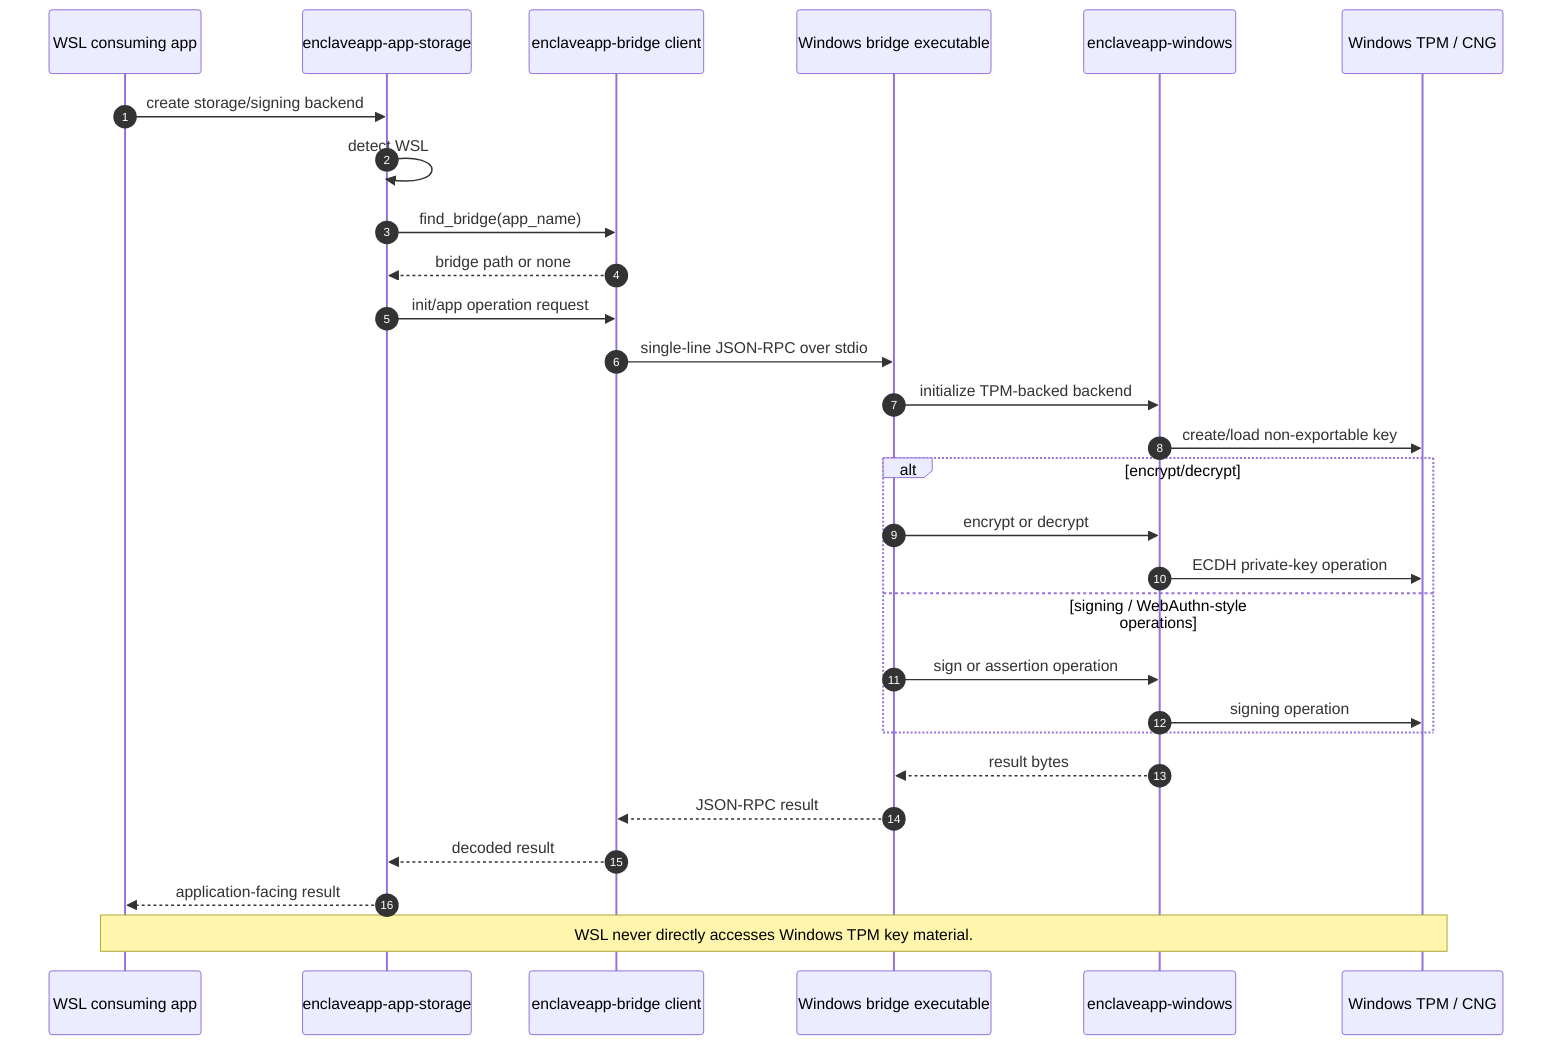
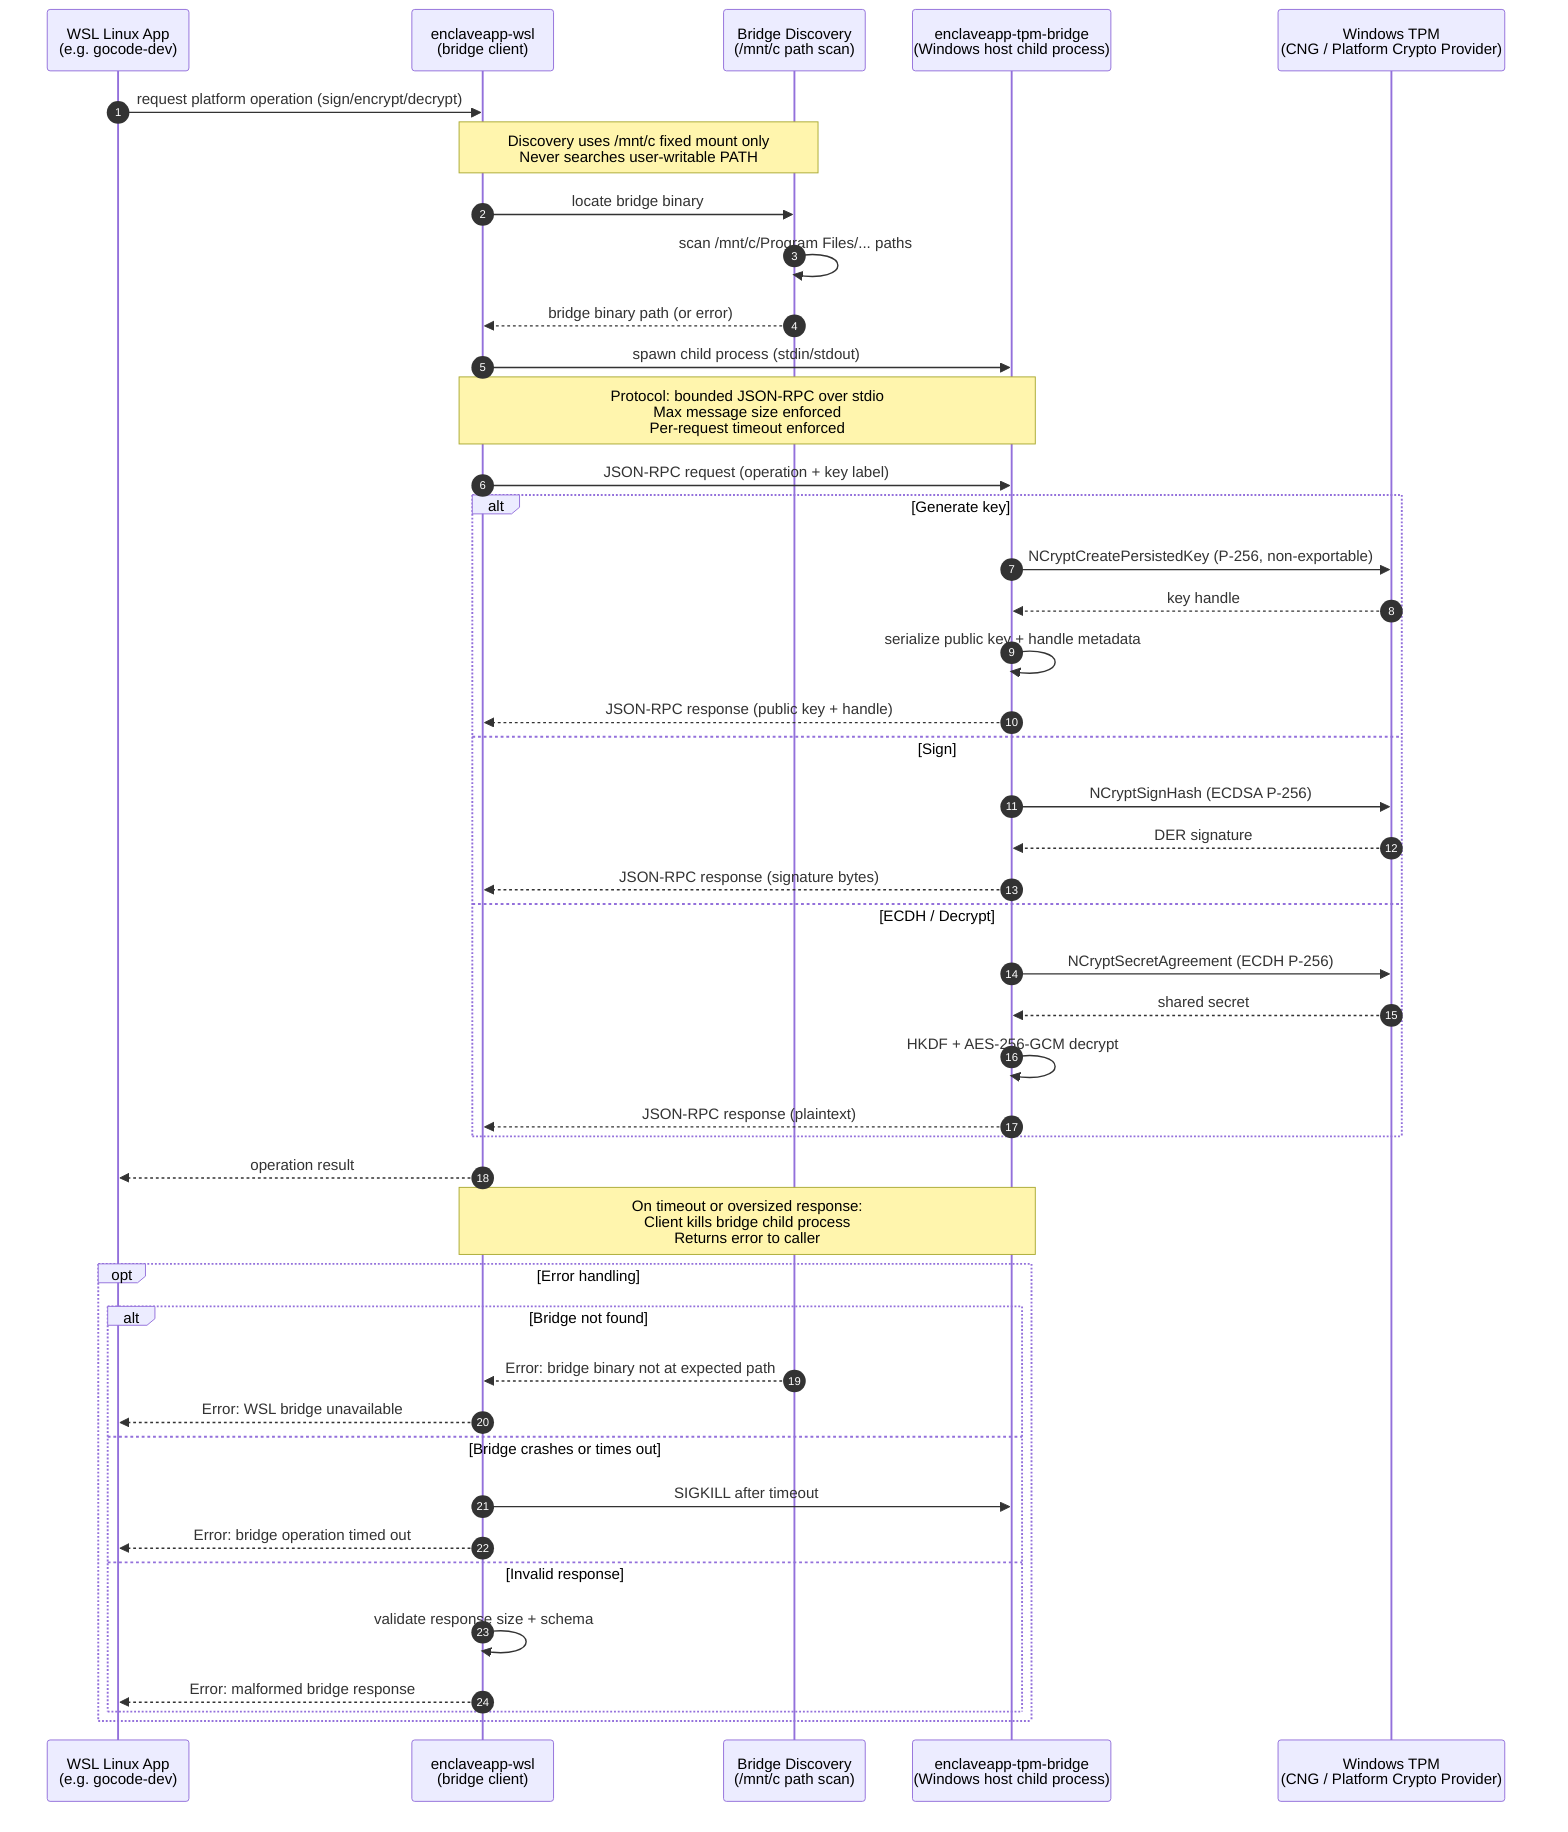
sequenceDiagram
    autonumber
-     participant App as WSL consuming app
-     participant Storage as enclaveapp-app-storage
-     participant Client as enclaveapp-bridge client
-     participant Bridge as Windows bridge executable
-     participant WinBackend as enclaveapp-windows
-     participant TPM as Windows TPM / CNG
+     participant App as WSL Linux App<br/>(e.g. gocode-dev)
+     participant Client as enclaveapp-wsl<br/>(bridge client)
+     participant Discovery as Bridge Discovery<br/>(/mnt/c path scan)
+     participant Bridge as enclaveapp-tpm-bridge<br/>(Windows host child process)
+     participant TPM as Windows TPM<br/>(CNG / Platform Crypto Provider)

-     App->>Storage: create storage/signing backend
-     Storage->>Storage: detect WSL
-     Storage->>Client: find_bridge(app_name)
-     Client-->>Storage: bridge path or none
-     Storage->>Client: init/app operation request
-     Client->>Bridge: single-line JSON-RPC over stdio
-     Bridge->>WinBackend: initialize TPM-backed backend
-     WinBackend->>TPM: create/load non-exportable key
+     App->>Client: request platform operation (sign/encrypt/decrypt)

-     alt encrypt/decrypt
-         Bridge->>WinBackend: encrypt or decrypt
-         WinBackend->>TPM: ECDH private-key operation
-     else signing / WebAuthn-style operations
-         Bridge->>WinBackend: sign or assertion operation
-         WinBackend->>TPM: signing operation
+     Note over Client,Discovery: Discovery uses /mnt/c fixed mount only<br/>Never searches user-writable PATH
+ 
+     Client->>Discovery: locate bridge binary
+     Discovery->>Discovery: scan /mnt/c/Program Files/... paths
+     Discovery-->>Client: bridge binary path (or error)
+ 
+     Client->>Bridge: spawn child process (stdin/stdout)
+ 
+     Note over Client,Bridge: Protocol: bounded JSON-RPC over stdio<br/>Max message size enforced<br/>Per-request timeout enforced
+ 
+     Client->>Bridge: JSON-RPC request (operation + key label)
+ 
+     alt Generate key
+         Bridge->>TPM: NCryptCreatePersistedKey (P-256, non-exportable)
+         TPM-->>Bridge: key handle
+         Bridge->>Bridge: serialize public key + handle metadata
+         Bridge-->>Client: JSON-RPC response (public key + handle)
+     else Sign
+         Bridge->>TPM: NCryptSignHash (ECDSA P-256)
+         TPM-->>Bridge: DER signature
+         Bridge-->>Client: JSON-RPC response (signature bytes)
+     else ECDH / Decrypt
+         Bridge->>TPM: NCryptSecretAgreement (ECDH P-256)
+         TPM-->>Bridge: shared secret
+         Bridge->>Bridge: HKDF + AES-256-GCM decrypt
+         Bridge-->>Client: JSON-RPC response (plaintext)
    end

-     WinBackend-->>Bridge: result bytes
-     Bridge-->>Client: JSON-RPC result
-     Client-->>Storage: decoded result
-     Storage-->>App: application-facing result
+     Client-->>App: operation result

-     Note over App,TPM: WSL never directly accesses Windows TPM key material.
+     Note over Client,Bridge: On timeout or oversized response:<br/>Client kills bridge child process<br/>Returns error to caller

+     opt Error handling
+         alt Bridge not found
+             Discovery-->>Client: Error: bridge binary not at expected path
+             Client-->>App: Error: WSL bridge unavailable
+         else Bridge crashes or times out
+             Client->>Bridge: SIGKILL after timeout
+             Client-->>App: Error: bridge operation timed out
+         else Invalid response
+             Client->>Client: validate response size + schema
+             Client-->>App: Error: malformed bridge response
+         end
+     end
